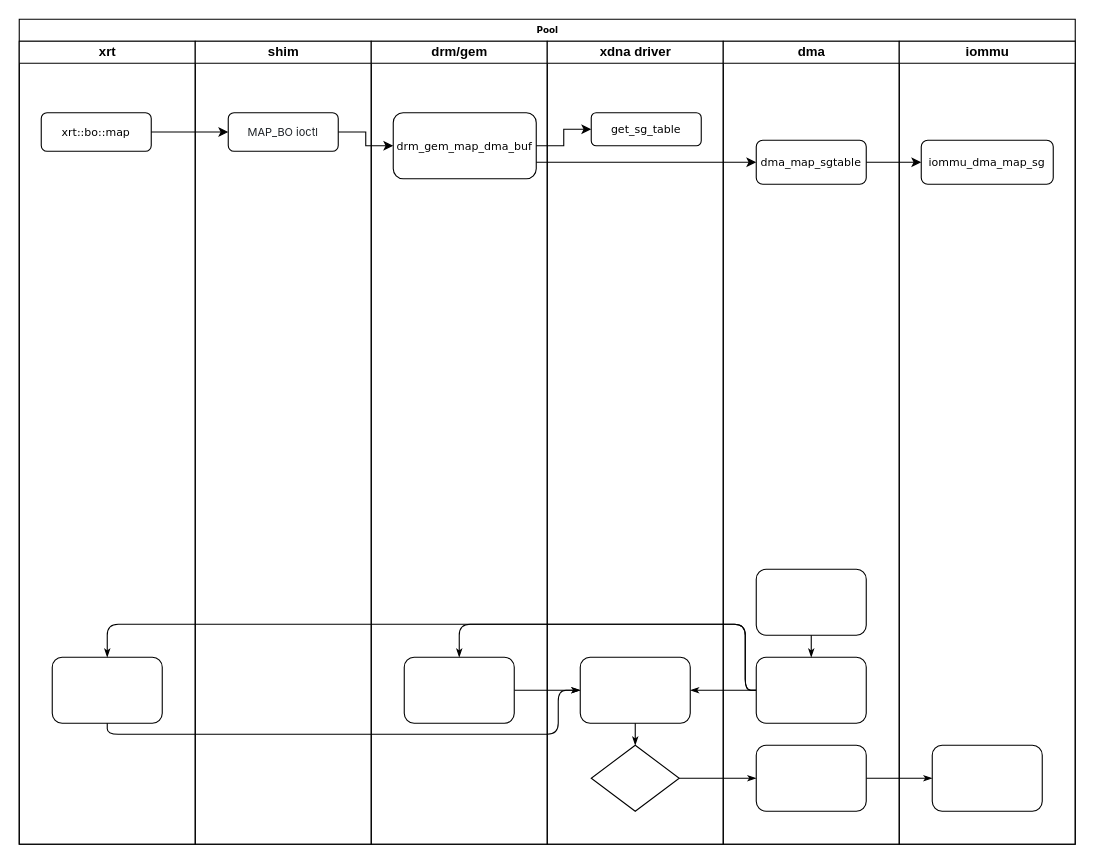
samwyi/test keeps this draw.io diagram as bo_alloc_map.drawio. Above is the earlier version. Source tidied: cells renumbered, new cells numbered last; positions are measured from the earlier drawing's top-left corner, leaving out a move shared by most shapes. Both pictures are drawn from the tidied source at 110%, with x=0, y=0 at pixel (19, 19).
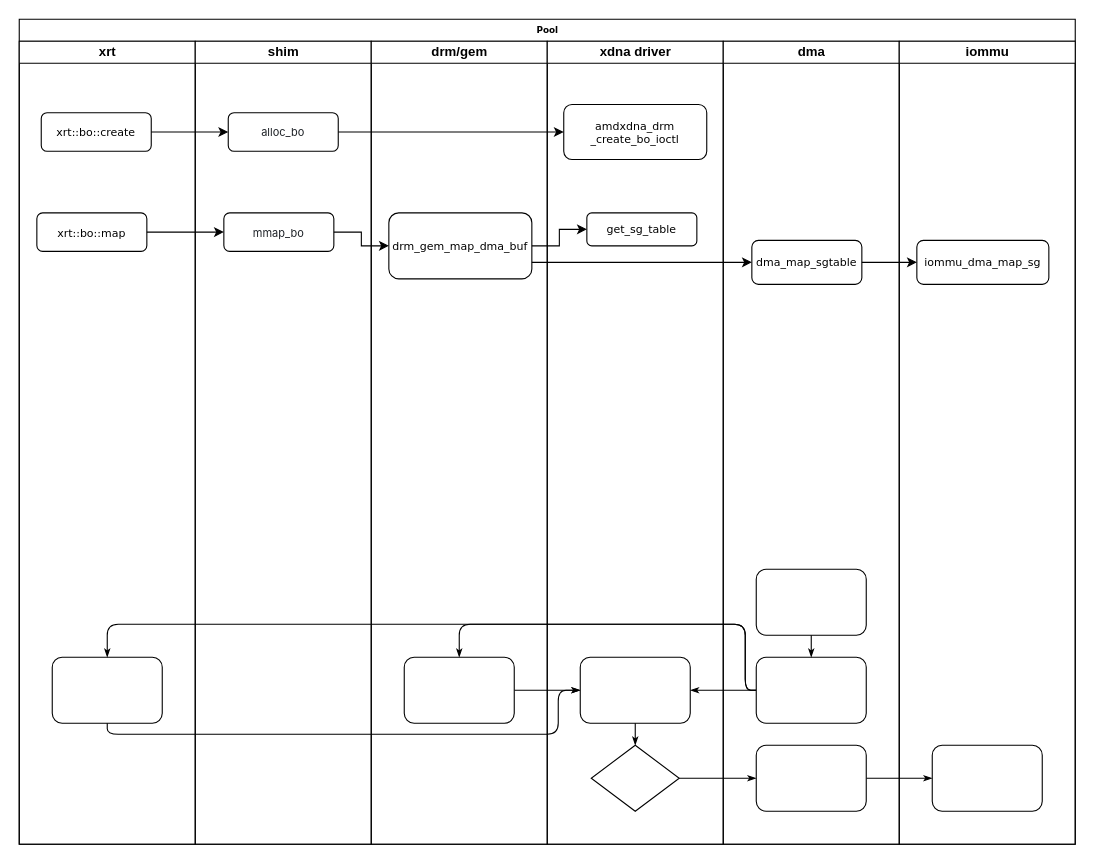
After the change.

The change refers to these unchanged cells:
```xml
<mxCell id="2" value="Pool" style="swimlane;html=1;startSize=20;rounded=0;shadow=0;labelBackgroundColor=none;strokeWidth=1;fontFamily=Verdana;fontSize=8;align=center;" parent="1" vertex="1">
  <mxGeometry width="960" height="750" as="geometry" />
</mxCell>
<mxCell id="3" value="xrt" style="swimlane;html=1;startSize=20;" parent="2" vertex="1">
  <mxGeometry y="20" width="160" height="730" as="geometry" />
</mxCell>
<mxCell id="13" value="shim" style="swimlane;html=1;startSize=20;" parent="2" vertex="1">
  <mxGeometry x="160" y="20" width="160" height="730" as="geometry" />
</mxCell>
<mxCell id="15" value="drm/gem" style="swimlane;html=1;startSize=20;" parent="2" vertex="1">
  <mxGeometry x="320" y="20" width="160" height="730" as="geometry" />
</mxCell>
<mxCell id="18" value="xdna driver" style="swimlane;html=1;startSize=20;" parent="2" vertex="1">
  <mxGeometry x="480" y="20" width="160" height="730" as="geometry" />
</mxCell>
<mxCell id="23" value="dma" style="swimlane;html=1;startSize=20;" parent="2" vertex="1">
  <mxGeometry x="640" y="20" width="160" height="730" as="geometry" />
</mxCell>
<mxCell id="29" value="iommu" style="swimlane;html=1;startSize=20;" parent="2" vertex="1">
  <mxGeometry x="800" y="20" width="160" height="730" as="geometry" />
</mxCell>
```

What changed in the source:
```diff
@@
-    <mxCell id="4" value="xrt::bo::map" style="rounded=1;whiteSpace=wrap;html=1;shadow=0;labelBackgroundColor=none;strokeWidth=1;fontFamily=Verdana;fontSize=10;align=center;" parent="3" vertex="1">
+    <mxCell id="4" value="xrt::bo::create" style="rounded=1;whiteSpace=wrap;html=1;shadow=0;labelBackgroundColor=none;strokeWidth=1;fontFamily=Verdana;fontSize=10;align=center;" parent="3" vertex="1">
       <mxGeometry x="20" y="65" width="100" height="35" as="geometry" />
     </mxCell>
@@
-    <mxCell id="14" value="&lt;span style=&quot;color: rgb(31, 35, 40); font-family: -apple-system, BlinkMacSystemFont, &amp;quot;Segoe UI&amp;quot;, &amp;quot;Noto Sans&amp;quot;, Helvetica, Arial, sans-serif, &amp;quot;Apple Color Emoji&amp;quot;, &amp;quot;Segoe UI Emoji&amp;quot;; text-align: left; background-color: rgb(255, 255, 255);&quot;&gt;MAP_BO ioctl&lt;/span&gt;" style="rounded=1;whiteSpace=wrap;html=1;shadow=0;labelBackgroundColor=none;strokeWidth=1;fontFamily=Verdana;fontSize=10;align=center;" parent="13" vertex="1">
+    <mxCell id="14" value="&lt;span style=&quot;color: rgb(31, 35, 40); font-family: -apple-system, BlinkMacSystemFont, &amp;quot;Segoe UI&amp;quot;, &amp;quot;Noto Sans&amp;quot;, Helvetica, Arial, sans-serif, &amp;quot;Apple Color Emoji&amp;quot;, &amp;quot;Segoe UI Emoji&amp;quot;; text-align: left; background-color: rgb(255, 255, 255);&quot;&gt;alloc_bo&lt;/span&gt;" style="rounded=1;whiteSpace=wrap;html=1;shadow=0;labelBackgroundColor=none;strokeWidth=1;fontFamily=Verdana;fontSize=10;align=center;" parent="13" vertex="1">
       <mxGeometry x="30" y="65" width="100" height="35" as="geometry" />
     </mxCell>
@@
-    <mxCell id="17" value="&lt;span style=&quot;font-size: 10px;&quot;&gt;drm_gem_map_dma_buf&lt;/span&gt;" style="rounded=1;whiteSpace=wrap;html=1;shadow=0;labelBackgroundColor=none;strokeWidth=1;fontFamily=Verdana;fontSize=8;align=center;" parent="15" vertex="1">
-      <mxGeometry x="20" y="65" width="130" height="60" as="geometry" />
-    </mxCell>
@@
-    <mxCell id="22" value="get_sg_table" style="rounded=1;whiteSpace=wrap;html=1;shadow=0;labelBackgroundColor=none;strokeWidth=1;fontFamily=Verdana;fontSize=10;align=center;" parent="18" vertex="1">
-      <mxGeometry x="40" y="65" width="100" height="30" as="geometry" />
+    <mxCell id="22" value="amdxdna_drm&lt;div&gt;_create_bo_ioctl&lt;/div&gt;" style="rounded=1;whiteSpace=wrap;html=1;shadow=0;labelBackgroundColor=none;strokeWidth=1;fontFamily=Verdana;fontSize=10;align=center;" parent="18" vertex="1">
+      <mxGeometry x="15" y="57.5" width="130" height="50" as="geometry" />
     </mxCell>
@@
-    <mxCell id="28" value="dma_map_sgtable" style="rounded=1;whiteSpace=wrap;html=1;shadow=0;labelBackgroundColor=none;strokeWidth=1;fontFamily=Verdana;fontSize=10;align=center;" parent="23" vertex="1">
-      <mxGeometry x="30" y="90" width="100" height="40" as="geometry" />
-    </mxCell>
@@
+    <mxCell id="36" style="edgeStyle=orthogonalEdgeStyle;rounded=0;jettySize=auto;html=1;exitX=1;exitY=0.5;exitDx=0;exitDy=0;entryX=0;entryY=0.5;entryDx=0;entryDy=0;" parent="2" edge="1" source="4" target="14">
+      <mxGeometry relative="1" as="geometry" />
+    </mxCell>
+    <mxCell id="37" style="edgeStyle=orthogonalEdgeStyle;rounded=0;jettySize=auto;html=1;exitX=1;exitY=0.5;exitDx=0;exitDy=0;entryX=0;entryY=0.5;entryDx=0;entryDy=0;" parent="2" edge="1" source="14" target="22">
+      <mxGeometry relative="1" as="geometry" />
+    </mxCell>
+    <mxCell id="38" value="xrt::bo::map" style="rounded=1;whiteSpace=wrap;html=1;shadow=0;labelBackgroundColor=none;strokeWidth=1;fontFamily=Verdana;fontSize=10;align=center;" parent="1" vertex="1">
+      <mxGeometry x="16" y="176" width="100" height="35" as="geometry" />
+    </mxCell>
+    <mxCell id="39" value="&lt;span style=&quot;color: rgb(31, 35, 40); font-family: -apple-system, BlinkMacSystemFont, &amp;quot;Segoe UI&amp;quot;, &amp;quot;Noto Sans&amp;quot;, Helvetica, Arial, sans-serif, &amp;quot;Apple Color Emoji&amp;quot;, &amp;quot;Segoe UI Emoji&amp;quot;; text-align: left; background-color: rgb(255, 255, 255);&quot;&gt;mmap_bo&lt;/span&gt;" style="rounded=1;whiteSpace=wrap;html=1;shadow=0;labelBackgroundColor=none;strokeWidth=1;fontFamily=Verdana;fontSize=10;align=center;" parent="1" vertex="1">
+      <mxGeometry x="186" y="176" width="100" height="35" as="geometry" />
+    </mxCell>
+    <mxCell id="17" value="&lt;span style=&quot;font-size: 10px;&quot;&gt;drm_gem_map_dma_buf&lt;/span&gt;" style="rounded=1;whiteSpace=wrap;html=1;shadow=0;labelBackgroundColor=none;strokeWidth=1;fontFamily=Verdana;fontSize=8;align=center;" parent="1" vertex="1">
+      <mxGeometry x="336" y="176" width="130" height="60" as="geometry" />
+    </mxCell>
+    <mxCell id="40" value="get_sg_table" style="rounded=1;whiteSpace=wrap;html=1;shadow=0;labelBackgroundColor=none;strokeWidth=1;fontFamily=Verdana;fontSize=10;align=center;" parent="1" vertex="1">
+      <mxGeometry x="516" y="176" width="100" height="30" as="geometry" />
+    </mxCell>
+    <mxCell id="28" value="dma_map_sgtable" style="rounded=1;whiteSpace=wrap;html=1;shadow=0;labelBackgroundColor=none;strokeWidth=1;fontFamily=Verdana;fontSize=10;align=center;" parent="1" vertex="1">
+      <mxGeometry x="666" y="201" width="100" height="40" as="geometry" />
+    </mxCell>
-    <mxCell id="31" value="iommu_dma_map_sg" style="rounded=1;whiteSpace=wrap;html=1;shadow=0;labelBackgroundColor=none;strokeWidth=1;fontFamily=Verdana;fontSize=10;align=center;" parent="29" vertex="1">
-      <mxGeometry x="20" y="90" width="120" height="40" as="geometry" />
+    <mxCell id="31" value="iommu_dma_map_sg" style="rounded=1;whiteSpace=wrap;html=1;shadow=0;labelBackgroundColor=none;strokeWidth=1;fontFamily=Verdana;fontSize=10;align=center;" parent="1" vertex="1">
+      <mxGeometry x="816" y="201" width="120" height="40" as="geometry" />
     </mxCell>
-    <mxCell id="32" style="edgeStyle=orthogonalEdgeStyle;rounded=0;jettySize=auto;html=1;exitX=1;exitY=0.5;exitDx=0;exitDy=0;entryX=0;entryY=0.5;entryDx=0;entryDy=0;" parent="2" edge="1" source="28" target="31">
+    <mxCell id="32" style="edgeStyle=orthogonalEdgeStyle;rounded=0;jettySize=auto;html=1;exitX=1;exitY=0.5;exitDx=0;exitDy=0;entryX=0;entryY=0.5;entryDx=0;entryDy=0;" parent="1" edge="1" source="28" target="31">
       <mxGeometry relative="1" as="geometry" />
     </mxCell>
-    <mxCell id="33" style="edgeStyle=orthogonalEdgeStyle;rounded=0;jettySize=auto;html=1;exitX=1;exitY=0.5;exitDx=0;exitDy=0;entryX=0;entryY=0.5;entryDx=0;entryDy=0;" parent="2" edge="1" source="14" target="17">
-      <mxGeometry relative="1" as="geometry" />
-    </mxCell>
-    <mxCell id="34" style="edgeStyle=orthogonalEdgeStyle;rounded=0;jettySize=auto;html=1;exitX=1;exitY=0.5;exitDx=0;exitDy=0;entryX=0;entryY=0.5;entryDx=0;entryDy=0;" parent="2" edge="1" source="17" target="22">
-      <mxGeometry relative="1" as="geometry" />
-    </mxCell>
+    <mxCell id="41" style="edgeStyle=orthogonalEdgeStyle;rounded=0;jettySize=auto;html=1;exitX=1;exitY=0.5;exitDx=0;exitDy=0;entryX=0;entryY=0.5;entryDx=0;entryDy=0;" parent="1" edge="1" source="39" target="17">
+      <mxGeometry relative="1" as="geometry" />
+    </mxCell>
+    <mxCell id="42" style="edgeStyle=orthogonalEdgeStyle;rounded=0;jettySize=auto;html=1;exitX=1;exitY=0.5;exitDx=0;exitDy=0;entryX=0;entryY=0.5;entryDx=0;entryDy=0;" parent="1" edge="1" source="17" target="40">
+      <mxGeometry relative="1" as="geometry" />
+    </mxCell>
-    <mxCell id="35" style="edgeStyle=orthogonalEdgeStyle;rounded=0;jettySize=auto;html=1;exitX=1;exitY=0.75;exitDx=0;exitDy=0;entryX=0;entryY=0.5;entryDx=0;entryDy=0;" parent="2" edge="1" source="17" target="28">
+    <mxCell id="35" style="edgeStyle=orthogonalEdgeStyle;rounded=0;jettySize=auto;html=1;exitX=1;exitY=0.75;exitDx=0;exitDy=0;entryX=0;entryY=0.5;entryDx=0;entryDy=0;" parent="1" edge="1" source="17" target="28">
       <mxGeometry relative="1" as="geometry" />
     </mxCell>
-    <mxCell id="36" style="edgeStyle=orthogonalEdgeStyle;rounded=0;jettySize=auto;html=1;exitX=1;exitY=0.5;exitDx=0;exitDy=0;entryX=0;entryY=0.5;entryDx=0;entryDy=0;" parent="2" edge="1" source="4" target="14">
-      <mxGeometry relative="1" as="geometry" />
-    </mxCell>
+    <mxCell id="43" style="edgeStyle=orthogonalEdgeStyle;rounded=0;jettySize=auto;html=1;exitX=1;exitY=0.5;exitDx=0;exitDy=0;entryX=0;entryY=0.5;entryDx=0;entryDy=0;" parent="1" edge="1" source="38" target="39">
+      <mxGeometry relative="1" as="geometry" />
+    </mxCell>
```
